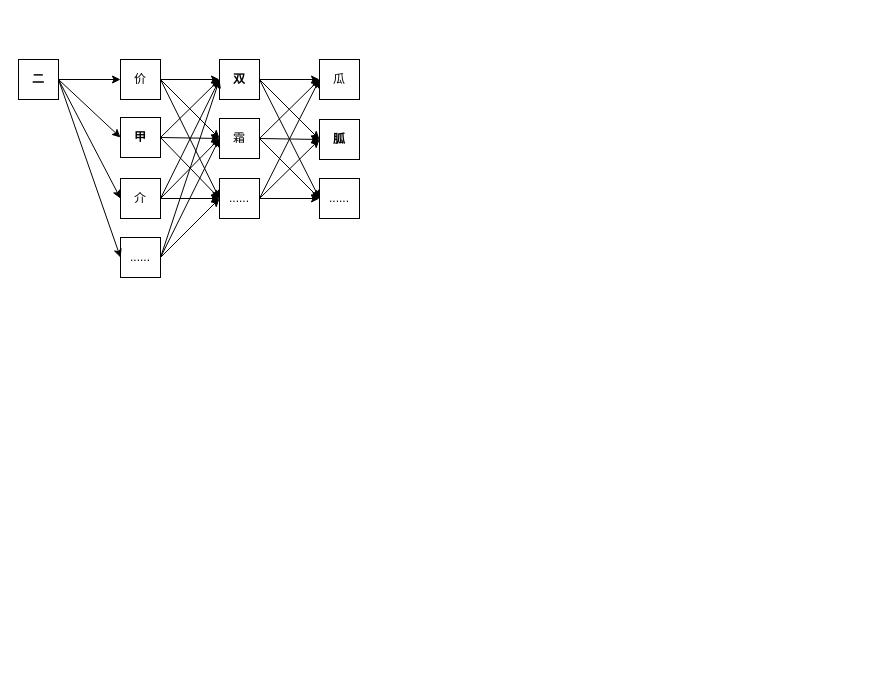
This is algorithms/nlp/搜索文本纠错系统.drawio from Wanke15/wanke15.github.io, a draw.io file, before an edit. Source tidied: cells renumbered, new cells numbered last; positions are measured from the earlier drawing's top-left corner, leaving out a move shared by most shapes. Both pictures are drawn from the tidied source at 100%, with x=0, y=0 at pixel (18, 59).
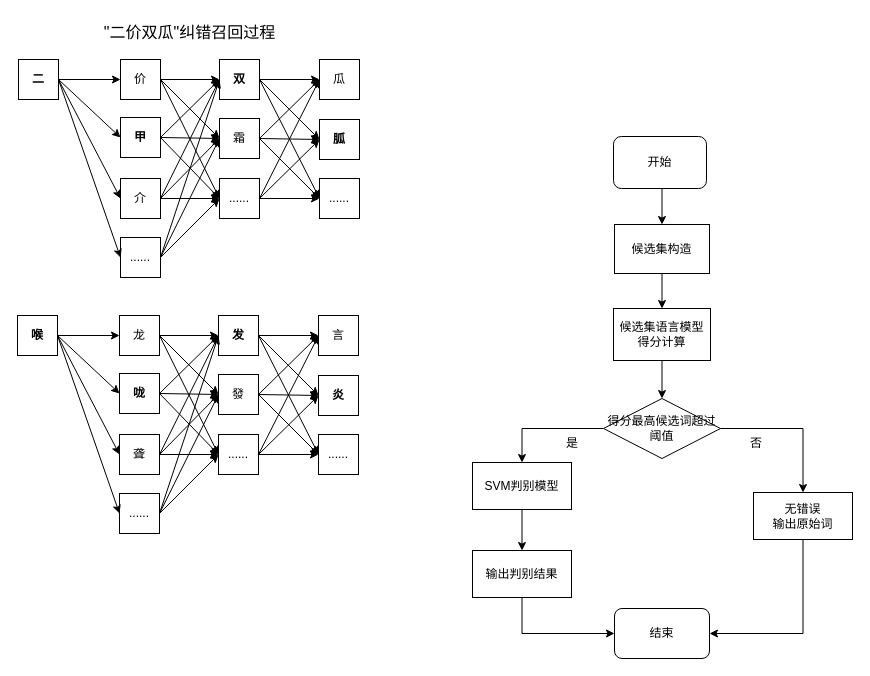
The same diagram, later.

Commit message (it also covers changes not shown here):
更新搜索文本纠错系统.drawio

What changed in the source:
```diff
@@
+    <mxCell id="38" value="&lt;font style=&quot;font-size: 16px;&quot;&gt;&quot;二价双瓜&quot;纠错召回过程&lt;/font&gt;" style="text;html=1;align=center;verticalAlign=middle;whiteSpace=wrap;rounded=0;" parent="1" vertex="1">
+      <mxGeometry x="67" y="-42" width="209" height="30" as="geometry" />
+    </mxCell>
+    <mxCell id="39" style="edgeStyle=orthogonalEdgeStyle;rounded=0;jettySize=auto;html=1;exitX=1;exitY=0.5;exitDx=0;exitDy=0;entryX=0;entryY=0.5;entryDx=0;entryDy=0;" parent="1" edge="1" source="43" target="47">
+      <mxGeometry relative="1" as="geometry" />
+    </mxCell>
+    <mxCell id="40" style="rounded=0;jettySize=auto;html=1;exitX=1;exitY=0.5;exitDx=0;exitDy=0;entryX=0;entryY=0.5;entryDx=0;entryDy=0;" parent="1" edge="1" source="43" target="56">
+      <mxGeometry relative="1" as="geometry" />
+    </mxCell>
+    <mxCell id="41" style="rounded=0;jettySize=auto;html=1;exitX=1;exitY=0.5;exitDx=0;exitDy=0;entryX=0;entryY=0.5;entryDx=0;entryDy=0;" parent="1" edge="1" source="43" target="60">
+      <mxGeometry relative="1" as="geometry" />
+    </mxCell>
+    <mxCell id="42" style="rounded=0;jettySize=auto;html=1;exitX=1;exitY=0.5;exitDx=0;exitDy=0;entryX=0;entryY=0.5;entryDx=0;entryDy=0;" parent="1" edge="1" source="43" target="64">
+      <mxGeometry relative="1" as="geometry" />
+    </mxCell>
+    <mxCell id="43" value="&lt;b&gt;喉&lt;/b&gt;" style="text;html=1;align=center;verticalAlign=middle;whiteSpace=wrap;rounded=0;strokeColor=default;" parent="1" vertex="1">
+      <mxGeometry x="-1" y="256" width="40" height="40" as="geometry" />
+    </mxCell>
+    <mxCell id="44" style="edgeStyle=orthogonalEdgeStyle;rounded=0;jettySize=auto;html=1;exitX=1;exitY=0.5;exitDx=0;exitDy=0;entryX=0;entryY=0.5;entryDx=0;entryDy=0;" parent="1" edge="1" source="47" target="51">
+      <mxGeometry relative="1" as="geometry" />
+    </mxCell>
+    <mxCell id="45" style="rounded=0;jettySize=auto;html=1;exitX=1;exitY=0.5;exitDx=0;exitDy=0;entryX=0;entryY=0.5;entryDx=0;entryDy=0;" parent="1" edge="1" source="47" target="68">
+      <mxGeometry relative="1" as="geometry" />
+    </mxCell>
+    <mxCell id="46" style="rounded=0;jettySize=auto;html=1;exitX=1;exitY=0.5;exitDx=0;exitDy=0;entryX=0;entryY=0.5;entryDx=0;entryDy=0;" parent="1" edge="1" source="47" target="73">
+      <mxGeometry relative="1" as="geometry" />
+    </mxCell>
+    <mxCell id="47" value="龙" style="text;html=1;align=center;verticalAlign=middle;whiteSpace=wrap;rounded=0;strokeColor=default;" parent="1" vertex="1">
+      <mxGeometry x="101" y="256" width="40" height="40" as="geometry" />
+    </mxCell>
+    <mxCell id="48" style="edgeStyle=orthogonalEdgeStyle;rounded=0;jettySize=auto;html=1;exitX=1;exitY=0.5;exitDx=0;exitDy=0;entryX=0;entryY=0.5;entryDx=0;entryDy=0;" parent="1" edge="1" source="51" target="52">
+      <mxGeometry relative="1" as="geometry" />
+    </mxCell>
+    <mxCell id="49" style="rounded=0;jettySize=auto;html=1;exitX=1;exitY=0.5;exitDx=0;exitDy=0;entryX=0;entryY=0.5;entryDx=0;entryDy=0;" parent="1" edge="1" source="51" target="69">
+      <mxGeometry relative="1" as="geometry" />
+    </mxCell>
+    <mxCell id="50" style="rounded=0;jettySize=auto;html=1;exitX=1;exitY=0.5;exitDx=0;exitDy=0;entryX=0;entryY=0.5;entryDx=0;entryDy=0;" parent="1" edge="1" source="51" target="74">
+      <mxGeometry relative="1" as="geometry" />
+    </mxCell>
+    <mxCell id="51" value="&lt;b&gt;发&lt;/b&gt;" style="text;html=1;align=center;verticalAlign=middle;whiteSpace=wrap;rounded=0;strokeColor=default;" parent="1" vertex="1">
+      <mxGeometry x="200" y="256" width="40" height="40" as="geometry" />
+    </mxCell>
+    <mxCell id="52" value="言" style="text;html=1;align=center;verticalAlign=middle;whiteSpace=wrap;rounded=0;strokeColor=default;" parent="1" vertex="1">
+      <mxGeometry x="300" y="256" width="40" height="40" as="geometry" />
+    </mxCell>
+    <mxCell id="53" style="rounded=0;jettySize=auto;html=1;exitX=1;exitY=0.5;exitDx=0;exitDy=0;entryX=0;entryY=0.5;entryDx=0;entryDy=0;" parent="1" edge="1" source="56" target="51">
+      <mxGeometry relative="1" as="geometry" />
+    </mxCell>
+    <mxCell id="54" style="rounded=0;jettySize=auto;html=1;exitX=1;exitY=0.5;exitDx=0;exitDy=0;entryX=0;entryY=0.5;entryDx=0;entryDy=0;" parent="1" edge="1" source="56" target="68">
+      <mxGeometry relative="1" as="geometry" />
+    </mxCell>
+    <mxCell id="55" style="rounded=0;jettySize=auto;html=1;exitX=1;exitY=0.5;exitDx=0;exitDy=0;entryX=0;entryY=0.5;entryDx=0;entryDy=0;" parent="1" edge="1" source="56" target="73">
+      <mxGeometry relative="1" as="geometry" />
+    </mxCell>
+    <mxCell id="56" value="&lt;b&gt;咙&lt;/b&gt;" style="text;html=1;align=center;verticalAlign=middle;whiteSpace=wrap;rounded=0;strokeColor=default;" parent="1" vertex="1">
+      <mxGeometry x="101" y="314" width="40" height="40" as="geometry" />
+    </mxCell>
+    <mxCell id="57" style="rounded=0;jettySize=auto;html=1;exitX=1;exitY=0.5;exitDx=0;exitDy=0;entryX=0;entryY=0.5;entryDx=0;entryDy=0;" parent="1" edge="1" source="60" target="51">
+      <mxGeometry relative="1" as="geometry" />
+    </mxCell>
+    <mxCell id="58" style="rounded=0;jettySize=auto;html=1;exitX=1;exitY=0.5;exitDx=0;exitDy=0;entryX=0;entryY=0.5;entryDx=0;entryDy=0;" parent="1" edge="1" source="60" target="68">
+      <mxGeometry relative="1" as="geometry" />
+    </mxCell>
+    <mxCell id="59" style="edgeStyle=orthogonalEdgeStyle;rounded=0;jettySize=auto;html=1;exitX=1;exitY=0.5;exitDx=0;exitDy=0;entryX=0;entryY=0.5;entryDx=0;entryDy=0;" parent="1" edge="1" source="60" target="73">
+      <mxGeometry relative="1" as="geometry" />
+    </mxCell>
+    <mxCell id="60" value="聋" style="text;html=1;align=center;verticalAlign=middle;whiteSpace=wrap;rounded=0;strokeColor=default;" parent="1" vertex="1">
+      <mxGeometry x="101" y="375" width="40" height="40" as="geometry" />
+    </mxCell>
+    <mxCell id="61" style="rounded=0;jettySize=auto;html=1;exitX=1;exitY=0.5;exitDx=0;exitDy=0;entryX=0;entryY=0.5;entryDx=0;entryDy=0;" parent="1" edge="1" source="64" target="51">
+      <mxGeometry relative="1" as="geometry" />
+    </mxCell>
+    <mxCell id="62" style="rounded=0;jettySize=auto;html=1;exitX=1;exitY=0.5;exitDx=0;exitDy=0;entryX=0;entryY=0.5;entryDx=0;entryDy=0;" parent="1" edge="1" source="64" target="68">
+      <mxGeometry relative="1" as="geometry" />
+    </mxCell>
+    <mxCell id="63" style="rounded=0;jettySize=auto;html=1;exitX=1;exitY=0.5;exitDx=0;exitDy=0;entryX=0;entryY=0.5;entryDx=0;entryDy=0;" parent="1" edge="1" source="64" target="73">
+      <mxGeometry relative="1" as="geometry" />
+    </mxCell>
+    <mxCell id="64" value="......" style="text;html=1;align=center;verticalAlign=middle;whiteSpace=wrap;rounded=0;strokeColor=default;" parent="1" vertex="1">
+      <mxGeometry x="101" y="434" width="40" height="40" as="geometry" />
+    </mxCell>
+    <mxCell id="65" style="rounded=0;jettySize=auto;html=1;exitX=1;exitY=0.5;exitDx=0;exitDy=0;entryX=0;entryY=0.5;entryDx=0;entryDy=0;" parent="1" edge="1" source="68" target="52">
+      <mxGeometry relative="1" as="geometry" />
+    </mxCell>
+    <mxCell id="66" style="rounded=0;jettySize=auto;html=1;exitX=1;exitY=0.5;exitDx=0;exitDy=0;entryX=0;entryY=0.5;entryDx=0;entryDy=0;" parent="1" edge="1" source="68" target="69">
+      <mxGeometry relative="1" as="geometry" />
+    </mxCell>
+    <mxCell id="67" style="rounded=0;jettySize=auto;html=1;exitX=1;exitY=0.5;exitDx=0;exitDy=0;entryX=0;entryY=0.5;entryDx=0;entryDy=0;" parent="1" edge="1" source="68" target="74">
+      <mxGeometry relative="1" as="geometry" />
+    </mxCell>
+    <mxCell id="68" value="發" style="text;html=1;align=center;verticalAlign=middle;whiteSpace=wrap;rounded=0;strokeColor=default;" parent="1" vertex="1">
+      <mxGeometry x="200" y="315" width="40" height="40" as="geometry" />
+    </mxCell>
+    <mxCell id="69" value="&lt;b&gt;炎&lt;/b&gt;" style="text;html=1;align=center;verticalAlign=middle;whiteSpace=wrap;rounded=0;strokeColor=default;" parent="1" vertex="1">
+      <mxGeometry x="300" y="316" width="40" height="40" as="geometry" />
+    </mxCell>
+    <mxCell id="70" style="rounded=0;jettySize=auto;html=1;exitX=1;exitY=0.5;exitDx=0;exitDy=0;entryX=0;entryY=0.5;entryDx=0;entryDy=0;" parent="1" edge="1" source="73" target="52">
+      <mxGeometry relative="1" as="geometry" />
+    </mxCell>
+    <mxCell id="71" style="rounded=0;jettySize=auto;html=1;exitX=1;exitY=0.5;exitDx=0;exitDy=0;entryX=0;entryY=0.5;entryDx=0;entryDy=0;" parent="1" edge="1" source="73" target="69">
+      <mxGeometry relative="1" as="geometry" />
+    </mxCell>
+    <mxCell id="72" style="edgeStyle=orthogonalEdgeStyle;rounded=0;jettySize=auto;html=1;exitX=1;exitY=0.5;exitDx=0;exitDy=0;entryX=0;entryY=0.5;entryDx=0;entryDy=0;" parent="1" edge="1" source="73" target="74">
+      <mxGeometry relative="1" as="geometry" />
+    </mxCell>
+    <mxCell id="73" value="......" style="text;html=1;align=center;verticalAlign=middle;whiteSpace=wrap;rounded=0;strokeColor=default;" parent="1" vertex="1">
+      <mxGeometry x="200" y="375" width="40" height="40" as="geometry" />
+    </mxCell>
+    <mxCell id="74" value="......" style="text;html=1;align=center;verticalAlign=middle;whiteSpace=wrap;rounded=0;strokeColor=default;" parent="1" vertex="1">
+      <mxGeometry x="300" y="375" width="40" height="40" as="geometry" />
+    </mxCell>
+    <mxCell id="75" style="edgeStyle=orthogonalEdgeStyle;rounded=0;jettySize=auto;html=1;exitX=0.5;exitY=1;exitDx=0;exitDy=0;entryX=0.5;entryY=0;entryDx=0;entryDy=0;" parent="1" edge="1" source="76" target="78">
+      <mxGeometry relative="1" as="geometry" />
+    </mxCell>
+    <mxCell id="76" value="开始" style="rounded=1;whiteSpace=wrap;html=1;" parent="1" vertex="1">
+      <mxGeometry x="595" y="77" width="93" height="52" as="geometry" />
+    </mxCell>
+    <mxCell id="77" style="edgeStyle=orthogonalEdgeStyle;rounded=0;jettySize=auto;html=1;exitX=0.5;exitY=1;exitDx=0;exitDy=0;entryX=0.5;entryY=0;entryDx=0;entryDy=0;" parent="1" edge="1" source="78" target="80">
+      <mxGeometry relative="1" as="geometry" />
+    </mxCell>
+    <mxCell id="78" value="候选集构造" style="rounded=0;whiteSpace=wrap;html=1;" parent="1" vertex="1">
+      <mxGeometry x="596" y="165" width="95" height="49" as="geometry" />
+    </mxCell>
+    <mxCell id="79" style="edgeStyle=orthogonalEdgeStyle;rounded=0;jettySize=auto;html=1;exitX=0.5;exitY=1;exitDx=0;exitDy=0;entryX=0.5;entryY=0;entryDx=0;entryDy=0;" parent="1" edge="1" source="80" target="85">
+      <mxGeometry relative="1" as="geometry" />
+    </mxCell>
+    <mxCell id="80" value="候选集语言模型得分计算" style="rounded=0;whiteSpace=wrap;html=1;" parent="1" vertex="1">
+      <mxGeometry x="595" y="249" width="97" height="52" as="geometry" />
+    </mxCell>
+    <mxCell id="81" style="edgeStyle=orthogonalEdgeStyle;rounded=0;jettySize=auto;html=1;exitX=0.5;exitY=1;exitDx=0;exitDy=0;entryX=0.5;entryY=0;entryDx=0;entryDy=0;" parent="1" edge="1" source="82" target="92">
+      <mxGeometry relative="1" as="geometry" />
+    </mxCell>
+    <mxCell id="82" value="SVM判别模型" style="rounded=0;whiteSpace=wrap;html=1;" parent="1" vertex="1">
+      <mxGeometry x="454" y="403" width="99" height="47" as="geometry" />
+    </mxCell>
+    <mxCell id="83" style="edgeStyle=orthogonalEdgeStyle;rounded=0;jettySize=auto;html=1;exitX=0;exitY=0.5;exitDx=0;exitDy=0;entryX=0.5;entryY=0;entryDx=0;entryDy=0;" parent="1" edge="1" source="85" target="82">
+      <mxGeometry relative="1" as="geometry" />
+    </mxCell>
+    <mxCell id="84" style="edgeStyle=orthogonalEdgeStyle;rounded=0;jettySize=auto;html=1;exitX=1;exitY=0.5;exitDx=0;exitDy=0;entryX=0.5;entryY=0;entryDx=0;entryDy=0;" parent="1" edge="1" source="85" target="90">
+      <mxGeometry relative="1" as="geometry" />
+    </mxCell>
+    <mxCell id="85" value="得分最高候选词超过阈值" style="rhombus;whiteSpace=wrap;html=1;" parent="1" vertex="1">
+      <mxGeometry x="585" y="339" width="117" height="60" as="geometry" />
+    </mxCell>
+    <mxCell id="86" value="结束" style="rounded=1;whiteSpace=wrap;html=1;" parent="1" vertex="1">
+      <mxGeometry x="596" y="549" width="95" height="50" as="geometry" />
+    </mxCell>
+    <mxCell id="87" value="否" style="text;html=1;align=center;verticalAlign=middle;whiteSpace=wrap;rounded=0;" parent="1" vertex="1">
+      <mxGeometry x="708" y="369" width="60" height="30" as="geometry" />
+    </mxCell>
+    <mxCell id="88" value="是" style="text;html=1;align=center;verticalAlign=middle;whiteSpace=wrap;rounded=0;" parent="1" vertex="1">
+      <mxGeometry x="524" y="369" width="60" height="30" as="geometry" />
+    </mxCell>
+    <mxCell id="89" style="edgeStyle=orthogonalEdgeStyle;rounded=0;jettySize=auto;html=1;exitX=0.5;exitY=1;exitDx=0;exitDy=0;entryX=1;entryY=0.5;entryDx=0;entryDy=0;" parent="1" edge="1" source="90" target="86">
+      <mxGeometry relative="1" as="geometry" />
+    </mxCell>
+    <mxCell id="90" value="无错误&lt;br&gt;输出原始词" style="rounded=0;whiteSpace=wrap;html=1;" parent="1" vertex="1">
+      <mxGeometry x="735" y="433" width="99" height="47" as="geometry" />
+    </mxCell>
+    <mxCell id="91" style="edgeStyle=orthogonalEdgeStyle;rounded=0;jettySize=auto;html=1;exitX=0.5;exitY=1;exitDx=0;exitDy=0;entryX=0;entryY=0.5;entryDx=0;entryDy=0;" parent="1" edge="1" source="92" target="86">
+      <mxGeometry relative="1" as="geometry" />
+    </mxCell>
+    <mxCell id="92" value="输出判别结果" style="rounded=0;whiteSpace=wrap;html=1;" parent="1" vertex="1">
+      <mxGeometry x="454" y="491" width="99" height="47" as="geometry" />
+    </mxCell>
```
